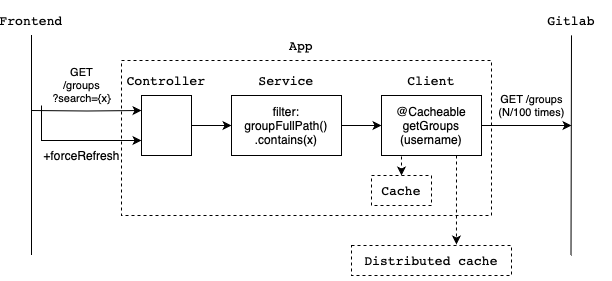
Earlier version of the draw.io export docs/diagram/Diagram.drawio.png (foobarops/gitlab-proxy). Source tidied: cells renumbered, new cells last; positions are measured from the earlier drawing's top-left corner, leaving out a move shared by most shapes.
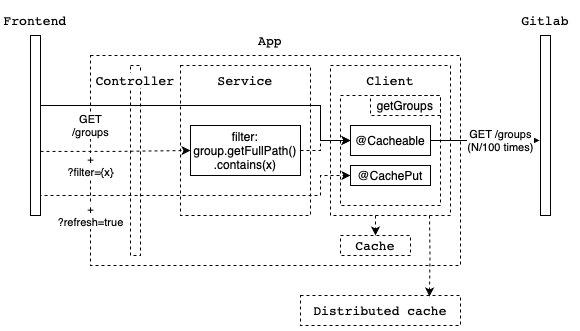
After the commit.

Diff of the diagram source:
```diff
@@ -1,82 +1,125 @@
 <mxGraphModel>
   <root>
     <mxCell id="0" />
+    <mxCell id="23" value="areas" parent="0" />
+    <mxCell id="24" style="group;" parent="23" vertex="1">
+      <mxGeometry x="370" y="90" width="100" height="110" as="geometry" />
+    </mxCell>
+    <mxCell id="25" style="rounded=0;whiteSpace=wrap;html=1;fillColor=none;dashed=1;" parent="24" vertex="1">
+      <mxGeometry width="100" height="110" as="geometry" />
+    </mxCell>
+    <mxCell id="26" value="&lt;pre style=&quot;caret-color: rgb(0, 0, 0); color: rgb(0, 0, 0); font-style: normal; font-variant-caps: normal; font-weight: 400; letter-spacing: normal; orphans: auto; text-indent: 0px; text-transform: none; widows: auto; word-spacing: 0px; -webkit-text-size-adjust: auto; -webkit-text-stroke-width: 0px; text-decoration: none; text-align: start; background-color: rgb(255, 255, 255); font-family: &amp;quot;JetBrains Mono&amp;quot;, monospace; font-size: 9.8pt;&quot;&gt;&lt;span style=&quot;font-family: Helvetica; font-size: 12px; text-align: center; white-space: normal; background-color: rgb(251, 251, 251);&quot;&gt;getGroups&lt;/span&gt;&lt;br&gt;&lt;/pre&gt;" style="text;html=1;strokeColor=default;fillColor=none;align=center;verticalAlign=middle;whiteSpace=wrap;rounded=0;dashed=1;" parent="24" vertex="1">
+      <mxGeometry x="30" width="70" height="20" as="geometry" />
+    </mxCell>
+    <mxCell id="27" style="rounded=0;whiteSpace=wrap;html=1;" parent="23" vertex="1">
+      <mxGeometry x="570" y="30" width="10" height="180" as="geometry" />
+    </mxCell>
+    <mxCell id="28" style="group;" parent="23" vertex="1">
+      <mxGeometry x="210" y="60" width="130" height="150" as="geometry" />
+    </mxCell>
+    <mxCell id="29" style="rounded=0;whiteSpace=wrap;html=1;fillColor=none;dashed=1;" parent="28" vertex="1">
+      <mxGeometry width="130" height="150" as="geometry" />
+    </mxCell>
+    <mxCell id="10" value="&lt;pre style=&quot;font-style: normal; font-variant-caps: normal; font-weight: 400; letter-spacing: normal; orphans: auto; text-align: start; text-indent: 0px; text-transform: none; widows: auto; word-spacing: 0px; -webkit-text-size-adjust: auto; -webkit-text-stroke-width: 0px; text-decoration: none; background-color: rgb(255, 255, 255); color: rgb(0, 0, 0); font-family: &amp;quot;JetBrains Mono&amp;quot;, monospace; font-size: 9.8pt;&quot;&gt;&lt;span style=&quot;font-size: 9.8pt; white-space: normal;&quot;&gt;Service&lt;/span&gt;&lt;br&gt;&lt;/pre&gt;" style="text;html=1;strokeColor=none;fillColor=none;align=center;verticalAlign=middle;whiteSpace=wrap;rounded=0;" parent="28" vertex="1">
+      <mxGeometry width="130" height="30" as="geometry" />
+    </mxCell>
+    <mxCell id="30" style="group;" parent="23" vertex="1">
+      <mxGeometry x="360" y="60" width="120" height="150" as="geometry" />
+    </mxCell>
+    <mxCell id="31" style="rounded=0;whiteSpace=wrap;html=1;fillColor=none;dashed=1;" parent="30" vertex="1">
+      <mxGeometry width="120" height="150" as="geometry" />
+    </mxCell>
+    <mxCell id="13" value="&lt;pre style=&quot;caret-color: rgb(0, 0, 0); color: rgb(0, 0, 0); font-style: normal; font-variant-caps: normal; font-weight: 400; letter-spacing: normal; orphans: auto; text-indent: 0px; text-transform: none; widows: auto; word-spacing: 0px; -webkit-text-size-adjust: auto; -webkit-text-stroke-width: 0px; text-decoration: none; text-align: start; background-color: rgb(255, 255, 255); font-family: &amp;quot;JetBrains Mono&amp;quot;, monospace; font-size: 9.8pt;&quot;&gt;Client&lt;/pre&gt;" style="text;html=1;strokeColor=none;fillColor=none;align=center;verticalAlign=middle;whiteSpace=wrap;rounded=0;" parent="30" vertex="1">
+      <mxGeometry width="120" height="30" as="geometry" />
+    </mxCell>
     <mxCell id="1" parent="0" />
+    <mxCell id="32" style="group;" parent="1" vertex="1">
+      <mxGeometry x="120" y="20" width="370" height="250" as="geometry" />
+    </mxCell>
-    <mxCell id="2" style="rounded=0;whiteSpace=wrap;html=1;dashed=1;glass=0;gradientColor=none;fillColor=none;" parent="1" vertex="1">
-      <mxGeometry x="120" y="55" width="370" height="155" as="geometry" />
+    <mxCell id="2" style="rounded=0;whiteSpace=wrap;html=1;dashed=1;glass=0;gradientColor=none;fillColor=none;" parent="32" vertex="1">
+      <mxGeometry y="30" width="370" height="210" as="geometry" />
     </mxCell>
+    <mxCell id="17" value="&lt;pre style=&quot;font-style: normal; font-variant-caps: normal; font-weight: 400; letter-spacing: normal; orphans: auto; text-align: start; text-indent: 0px; text-transform: none; widows: auto; word-spacing: 0px; -webkit-text-size-adjust: auto; -webkit-text-stroke-width: 0px; text-decoration: none; background-color: rgb(255, 255, 255); color: rgb(0, 0, 0); font-family: &amp;quot;JetBrains Mono&amp;quot;, monospace; font-size: 9.8pt;&quot;&gt;&lt;span style=&quot;white-space: normal;&quot;&gt;App&lt;/span&gt;&lt;/pre&gt;" style="text;html=1;strokeColor=none;fillColor=none;align=center;verticalAlign=middle;whiteSpace=wrap;rounded=0;" parent="32" vertex="1">
+      <mxGeometry x="150" width="60" height="30" as="geometry" />
+    </mxCell>
+    <mxCell id="33" style="group;dashed=1;" parent="32" vertex="1">
+      <mxGeometry x="10" y="40" width="70" height="190" as="geometry" />
+    </mxCell>
+    <mxCell id="34" style="rounded=0;whiteSpace=wrap;html=1;dashed=1;" parent="33" vertex="1">
+      <mxGeometry x="30" width="10" height="190" as="geometry" />
+    </mxCell>
+    <mxCell id="11" value="&lt;pre style=&quot;font-style: normal; font-variant-caps: normal; font-weight: 400; letter-spacing: normal; orphans: auto; text-align: start; text-indent: 0px; text-transform: none; widows: auto; word-spacing: 0px; -webkit-text-size-adjust: auto; -webkit-text-stroke-width: 0px; text-decoration: none; background-color: rgb(255, 255, 255); color: rgb(0, 0, 0); font-family: &amp;quot;JetBrains Mono&amp;quot;, monospace; font-size: 9.8pt;&quot;&gt;&lt;span style=&quot;font-size: 9.8pt; white-space: normal;&quot;&gt;Controller&lt;/span&gt;&lt;br&gt;&lt;/pre&gt;" style="text;html=1;strokeColor=none;fillColor=default;align=center;verticalAlign=middle;whiteSpace=wrap;rounded=0;" parent="33" vertex="1">
+      <mxGeometry y="10" width="70" height="10" as="geometry" />
+    </mxCell>
+    <mxCell id="35" value="@CachePut" style="rounded=0;whiteSpace=wrap;html=1;" parent="32" vertex="1">
+      <mxGeometry x="260" y="140" width="80" height="20" as="geometry" />
+    </mxCell>
-    <mxCell id="3" value="GET&lt;br&gt;/groups&lt;br&gt;?search={x}" style="edgeStyle=orthogonalEdgeStyle;rounded=0;jettySize=auto;html=1;entryX=0;entryY=0.25;entryDx=0;entryDy=0;" parent="1" edge="1" target="7">
-      <mxGeometry x="-0.1" y="25" relative="1" as="geometry">
-        <mxPoint x="30" y="105" as="sourcePoint" />
-      </mxGeometry>
+    <mxCell id="3" value="&lt;div&gt;+&lt;/div&gt;?filter={x}" style="edgeStyle=orthogonalEdgeStyle;rounded=0;jettySize=auto;html=1;entryX=0;entryY=0.5;entryDx=0;entryDy=0;dashed=1;exitX=1;exitY=0.644;exitDx=0;exitDy=0;exitPerimeter=0;" parent="1" edge="1" source="38" target="9">
+      <mxGeometry x="-0.34" y="-14" relative="1" as="geometry" />
     </mxCell>
-    <mxCell id="4" style="edgeStyle=orthogonalEdgeStyle;rounded=0;jettySize=auto;html=1;exitX=0.25;exitY=1;exitDx=0;exitDy=0;entryX=0.5;entryY=0;entryDx=0;entryDy=0;dashed=1;" parent="1" edge="1" source="5" target="16">
-      <mxGeometry relative="1" as="geometry" />
+    <mxCell id="4" style="edgeStyle=orthogonalEdgeStyle;rounded=0;jettySize=auto;html=1;entryX=0.5;entryY=0;entryDx=0;entryDy=0;dashed=1;" parent="1" edge="1" target="16">
+      <mxGeometry relative="1" as="geometry">
+        <mxPoint x="405" y="210" as="sourcePoint" />
+      </mxGeometry>
     </mxCell>
-    <mxCell id="5" value="@Cacheable&lt;br&gt;&lt;font face=&quot;Helvetica&quot;&gt;getGroups&lt;br&gt;&lt;/font&gt;&lt;font face=&quot;Helvetica&quot;&gt;(&lt;/font&gt;&lt;font face=&quot;Helvetica&quot;&gt;username&lt;/font&gt;&lt;font face=&quot;Helvetica&quot;&gt;)&lt;/font&gt;" style="rounded=0;whiteSpace=wrap;html=1;" parent="1" vertex="1">
-      <mxGeometry x="380" y="90" width="100" height="60" as="geometry" />
+    <mxCell id="5" value="@Cacheable" style="rounded=0;whiteSpace=wrap;html=1;" parent="1" vertex="1">
+      <mxGeometry x="380" y="120" width="80" height="30" as="geometry" />
     </mxCell>
-    <mxCell id="6" style="edgeStyle=orthogonalEdgeStyle;rounded=0;jettySize=auto;html=1;exitX=1;exitY=0.5;exitDx=0;exitDy=0;entryX=0;entryY=0.5;entryDx=0;entryDy=0;" parent="1" edge="1" source="7" target="9">
-      <mxGeometry relative="1" as="geometry" />
-    </mxCell>
-    <mxCell id="7" style="rounded=0;whiteSpace=wrap;html=1;" parent="1" vertex="1">
-      <mxGeometry x="140" y="90" width="50" height="60" as="geometry" />
-    </mxCell>
-    <mxCell id="8" style="edgeStyle=orthogonalEdgeStyle;rounded=0;jettySize=auto;html=1;exitX=1;exitY=0.5;exitDx=0;exitDy=0;entryX=0;entryY=0.5;entryDx=0;entryDy=0;" parent="1" edge="1" source="9" target="5">
-      <mxGeometry relative="1" as="geometry" />
+    <mxCell id="8" style="edgeStyle=orthogonalEdgeStyle;rounded=0;jettySize=auto;html=1;exitX=1;exitY=0.5;exitDx=0;exitDy=0;entryX=0;entryY=0.5;entryDx=0;entryDy=0;dashed=1;" parent="1" edge="1" source="9" target="5">
+      <mxGeometry relative="1" as="geometry">
+        <Array as="points">
+          <mxPoint x="350" y="145" />
+          <mxPoint x="350" y="135" />
+        </Array>
+      </mxGeometry>
     </mxCell>
-    <mxCell id="9" value="filter:&lt;br&gt;groupFullPath()&lt;br&gt;.contains(&lt;span style=&quot;caret-color: rgb(0, 128, 0);&quot;&gt;x&lt;/span&gt;)" style="rounded=0;whiteSpace=wrap;html=1;" parent="1" vertex="1">
-      <mxGeometry x="230" y="90" width="110" height="60" as="geometry" />
+    <mxCell id="9" value="filter:&lt;br&gt;group.getFullPath()&lt;br&gt;.contains(&lt;span style=&quot;caret-color: rgb(0, 128, 0);&quot;&gt;x&lt;/span&gt;)" style="rounded=0;whiteSpace=wrap;html=1;" parent="1" vertex="1">
+      <mxGeometry x="220" y="120" width="110" height="50" as="geometry" />
     </mxCell>
-    <mxCell id="10" value="&lt;pre style=&quot;font-style: normal; font-variant-caps: normal; font-weight: 400; letter-spacing: normal; orphans: auto; text-align: start; text-indent: 0px; text-transform: none; widows: auto; word-spacing: 0px; -webkit-text-size-adjust: auto; -webkit-text-stroke-width: 0px; text-decoration: none; background-color: rgb(255, 255, 255); color: rgb(0, 0, 0); font-family: &amp;quot;JetBrains Mono&amp;quot;, monospace; font-size: 9.8pt;&quot;&gt;&lt;span style=&quot;font-size: 9.8pt; white-space: normal;&quot;&gt;Service&lt;/span&gt;&lt;br&gt;&lt;/pre&gt;" style="text;html=1;strokeColor=none;fillColor=none;align=center;verticalAlign=middle;whiteSpace=wrap;rounded=0;" parent="1" vertex="1">
-      <mxGeometry x="255" y="60" width="60" height="30" as="geometry" />
-    </mxCell>
-    <mxCell id="11" value="&lt;pre style=&quot;font-style: normal; font-variant-caps: normal; font-weight: 400; letter-spacing: normal; orphans: auto; text-align: start; text-indent: 0px; text-transform: none; widows: auto; word-spacing: 0px; -webkit-text-size-adjust: auto; -webkit-text-stroke-width: 0px; text-decoration: none; background-color: rgb(255, 255, 255); color: rgb(0, 0, 0); font-family: &amp;quot;JetBrains Mono&amp;quot;, monospace; font-size: 9.8pt;&quot;&gt;&lt;span style=&quot;font-size: 9.8pt; white-space: normal;&quot;&gt;Controller&lt;/span&gt;&lt;br&gt;&lt;/pre&gt;" style="text;html=1;strokeColor=none;fillColor=none;align=center;verticalAlign=middle;whiteSpace=wrap;rounded=0;" parent="1" vertex="1">
-      <mxGeometry x="135" y="60" width="60" height="30" as="geometry" />
-    </mxCell>
-    <mxCell id="12" value="+forceRefresh" style="edgeStyle=orthogonalEdgeStyle;rounded=0;jettySize=auto;html=1;fontFamily=Helvetica;fontSize=12;fontColor=#000000;entryX=0;entryY=0.75;entryDx=0;entryDy=0;" parent="1" edge="1" target="7">
-      <mxGeometry x="0.11" y="-15" relative="1" as="geometry">
-        <mxPoint x="40" y="100" as="sourcePoint" />
+    <mxCell id="12" value="&lt;div style=&quot;font-size: 11px;&quot;&gt;+&lt;/div&gt;?refresh=true" style="edgeStyle=orthogonalEdgeStyle;rounded=0;jettySize=auto;html=1;fontFamily=Helvetica;fontSize=11;fontColor=#000000;dashed=1;entryX=0;entryY=0.5;entryDx=0;entryDy=0;exitX=1;exitY=0.878;exitDx=0;exitDy=0;exitPerimeter=0;" parent="1" edge="1" source="38" target="35">
+      <mxGeometry x="-0.69" y="-20" relative="1" as="geometry">
         <Array as="points">
-          <mxPoint x="40" y="135" />
+          <mxPoint x="70" y="190" />
+          <mxPoint x="350" y="190" />
+          <mxPoint x="350" y="170" />
         </Array>
       </mxGeometry>
     </mxCell>
-    <mxCell id="13" value="&lt;pre style=&quot;caret-color: rgb(0, 0, 0); color: rgb(0, 0, 0); font-style: normal; font-variant-caps: normal; font-weight: 400; letter-spacing: normal; orphans: auto; text-indent: 0px; text-transform: none; widows: auto; word-spacing: 0px; -webkit-text-size-adjust: auto; -webkit-text-stroke-width: 0px; text-decoration: none; text-align: start; background-color: rgb(255, 255, 255); font-family: &amp;quot;JetBrains Mono&amp;quot;, monospace; font-size: 9.8pt;&quot;&gt;Client&lt;/pre&gt;" style="text;html=1;strokeColor=none;fillColor=none;align=center;verticalAlign=middle;whiteSpace=wrap;rounded=0;" parent="1" vertex="1">
-      <mxGeometry x="400" y="60" width="60" height="30" as="geometry" />
-    </mxCell>
-    <mxCell id="14" value="GET /groups&lt;br&gt;(N/100 times)" style="edgeStyle=orthogonalEdgeStyle;rounded=0;jettySize=auto;html=1;exitX=1;exitY=0.5;exitDx=0;exitDy=0;" parent="1" edge="1" source="5">
-      <mxGeometry x="0.12" y="20" relative="1" as="geometry">
-        <mxPoint x="570" y="120" as="targetPoint" />
+    <mxCell id="14" value="GET /groups&lt;br&gt;(N/100 times)" style="edgeStyle=orthogonalEdgeStyle;rounded=0;jettySize=auto;html=1;exitX=1;exitY=0.5;exitDx=0;exitDy=0;entryX=-0.1;entryY=0.583;entryDx=0;entryDy=0;entryPerimeter=0;" parent="1" edge="1" source="5" target="27">
+      <mxGeometry x="0.29" relative="1" as="geometry">
+        <mxPoint x="-1" as="offset" />
       </mxGeometry>
     </mxCell>
-    <mxCell id="15" value="&lt;pre style=&quot;font-style: normal; font-variant-caps: normal; font-weight: 400; letter-spacing: normal; orphans: auto; text-align: start; text-indent: 0px; text-transform: none; widows: auto; word-spacing: 0px; -webkit-text-size-adjust: auto; -webkit-text-stroke-width: 0px; text-decoration: none; background-color: rgb(255, 255, 255); color: rgb(0, 0, 0); font-family: &amp;quot;JetBrains Mono&amp;quot;, monospace; font-size: 9.8pt;&quot;&gt;&lt;span style=&quot;font-size: 9.8pt; white-space: normal;&quot;&gt;Frontend&lt;/span&gt;&lt;br&gt;&lt;/pre&gt;" style="text;html=1;strokeColor=none;fillColor=none;align=center;verticalAlign=middle;whiteSpace=wrap;rounded=0;" parent="1" vertex="1">
-      <mxGeometry width="60" height="30" as="geometry" />
-    </mxCell>
     <mxCell id="16" value="&lt;pre style=&quot;caret-color: rgb(0, 0, 0); color: rgb(0, 0, 0); font-style: normal; font-variant-caps: normal; font-weight: 400; letter-spacing: normal; orphans: auto; text-indent: 0px; text-transform: none; widows: auto; word-spacing: 0px; -webkit-text-size-adjust: auto; -webkit-text-stroke-width: 0px; text-decoration: none; text-align: start; background-color: rgb(255, 255, 255); font-family: &amp;quot;JetBrains Mono&amp;quot;, monospace; font-size: 9.8pt;&quot;&gt;Cache&lt;/pre&gt;" style="text;html=1;strokeColor=default;fillColor=none;align=center;verticalAlign=middle;whiteSpace=wrap;rounded=0;dashed=1;strokeWidth=1;" parent="1" vertex="1">
-      <mxGeometry x="370" y="170" width="60" height="30" as="geometry" />
+      <mxGeometry x="370" y="230" width="70" height="20" as="geometry" />
     </mxCell>
-    <mxCell id="17" value="&lt;pre style=&quot;font-style: normal; font-variant-caps: normal; font-weight: 400; letter-spacing: normal; orphans: auto; text-align: start; text-indent: 0px; text-transform: none; widows: auto; word-spacing: 0px; -webkit-text-size-adjust: auto; -webkit-text-stroke-width: 0px; text-decoration: none; background-color: rgb(255, 255, 255); color: rgb(0, 0, 0); font-family: &amp;quot;JetBrains Mono&amp;quot;, monospace; font-size: 9.8pt;&quot;&gt;&lt;span style=&quot;white-space: normal;&quot;&gt;App&lt;/span&gt;&lt;/pre&gt;" style="text;html=1;strokeColor=none;fillColor=none;align=center;verticalAlign=middle;whiteSpace=wrap;rounded=0;" parent="1" vertex="1">
-      <mxGeometry x="270" y="25" width="60" height="30" as="geometry" />
-    </mxCell>
-    <mxCell id="18" style="endArrow=none;html=1;rounded=0;fontSize=12;startSize=8;endSize=8;curved=1;entryX=0.5;entryY=1;entryDx=0;entryDy=0;" parent="1" edge="1" target="15">
-      <mxGeometry relative="1" as="geometry">
-        <mxPoint x="30" y="250" as="sourcePoint" />
-      </mxGeometry>
-    </mxCell>
-    <mxCell id="19" style="endArrow=none;html=1;rounded=0;fontSize=12;startSize=8;endSize=8;curved=1;entryX=0.5;entryY=1;entryDx=0;entryDy=0;" parent="1" edge="1" target="20">
-      <mxGeometry relative="1" as="geometry">
-        <mxPoint x="569.5" y="250" as="sourcePoint" />
-      </mxGeometry>
-    </mxCell>
     <mxCell id="20" value="&lt;pre style=&quot;caret-color: rgb(0, 0, 0); color: rgb(0, 0, 0); font-style: normal; font-variant-caps: normal; font-weight: 400; letter-spacing: normal; orphans: auto; text-indent: 0px; text-transform: none; widows: auto; word-spacing: 0px; -webkit-text-size-adjust: auto; -webkit-text-stroke-width: 0px; text-decoration: none; text-align: start; background-color: rgb(255, 255, 255); font-family: &amp;quot;JetBrains Mono&amp;quot;, monospace; font-size: 9.8pt;&quot;&gt;Gitlab&lt;/pre&gt;" style="text;html=1;strokeColor=none;fillColor=none;align=center;verticalAlign=middle;whiteSpace=wrap;rounded=0;" parent="1" vertex="1">
-      <mxGeometry x="530" width="80" height="30" as="geometry" />
+      <mxGeometry x="540" width="70" height="30" as="geometry" />
     </mxCell>
     <mxCell id="21" value="&lt;pre style=&quot;caret-color: rgb(0, 0, 0); color: rgb(0, 0, 0); font-style: normal; font-variant-caps: normal; font-weight: 400; letter-spacing: normal; orphans: auto; text-indent: 0px; text-transform: none; widows: auto; word-spacing: 0px; -webkit-text-size-adjust: auto; -webkit-text-stroke-width: 0px; text-decoration: none; text-align: start; background-color: rgb(255, 255, 255); font-family: &amp;quot;JetBrains Mono&amp;quot;, monospace; font-size: 9.8pt;&quot;&gt;Distributed cache&lt;/pre&gt;" style="text;html=1;strokeColor=default;fillColor=none;align=center;verticalAlign=middle;whiteSpace=wrap;rounded=0;strokeWidth=1;dashed=1;" parent="1" vertex="1">
-      <mxGeometry x="350" y="240" width="160" height="30" as="geometry" />
+      <mxGeometry x="330" y="290" width="160" height="30" as="geometry" />
     </mxCell>
-    <mxCell id="22" style="edgeStyle=orthogonalEdgeStyle;rounded=0;jettySize=auto;html=1;exitX=0.75;exitY=1;exitDx=0;exitDy=0;entryX=0.656;entryY=-0.033;entryDx=0;entryDy=0;entryPerimeter=0;dashed=1;" parent="1" edge="1" source="5" target="21">
-      <mxGeometry relative="1" as="geometry" />
+    <mxCell id="22" style="edgeStyle=orthogonalEdgeStyle;rounded=0;jettySize=auto;html=1;entryX=0.806;entryY=0.033;entryDx=0;entryDy=0;entryPerimeter=0;dashed=1;" parent="1" edge="1" target="21">
+      <mxGeometry relative="1" as="geometry">
+        <mxPoint x="459" y="210" as="sourcePoint" />
+      </mxGeometry>
     </mxCell>
+    <mxCell id="36" value="GET&lt;br&gt;/groups" style="edgeStyle=orthogonalEdgeStyle;rounded=0;jettySize=auto;html=1;entryX=0;entryY=0.5;entryDx=0;entryDy=0;" parent="1" edge="1" source="38" target="5">
+      <mxGeometry x="-0.71" y="-20" relative="1" as="geometry">
+        <Array as="points">
+          <mxPoint x="350" y="100" />
+          <mxPoint x="350" y="135" />
+        </Array>
+      </mxGeometry>
+    </mxCell>
+    <mxCell id="37" style="group;" parent="1" vertex="1">
+      <mxGeometry x="30" width="70" height="210" as="geometry" />
+    </mxCell>
+    <mxCell id="15" value="&lt;pre style=&quot;font-style: normal; font-variant-caps: normal; font-weight: 400; letter-spacing: normal; orphans: auto; text-align: start; text-indent: 0px; text-transform: none; widows: auto; word-spacing: 0px; -webkit-text-size-adjust: auto; -webkit-text-stroke-width: 0px; text-decoration: none; background-color: rgb(255, 255, 255); color: rgb(0, 0, 0); font-family: &amp;quot;JetBrains Mono&amp;quot;, monospace; font-size: 9.8pt;&quot;&gt;&lt;span style=&quot;font-size: 9.8pt; white-space: normal;&quot;&gt;Frontend&lt;/span&gt;&lt;br&gt;&lt;/pre&gt;" style="text;html=1;strokeColor=none;fillColor=none;align=center;verticalAlign=middle;whiteSpace=wrap;rounded=0;" parent="37" vertex="1">
+      <mxGeometry width="70" height="30" as="geometry" />
+    </mxCell>
+    <mxCell id="38" style="rounded=0;whiteSpace=wrap;html=1;" parent="37" vertex="1">
+      <mxGeometry x="30" y="30" width="10" height="180" as="geometry" />
+    </mxCell>
   </root>
 </mxGraphModel>
```
